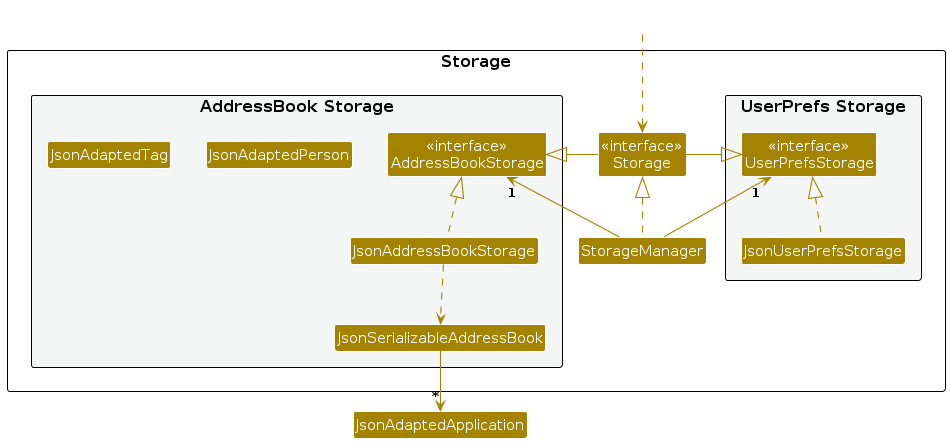
Earlier version of the PlantUML export diagrams/StorageClassDiagram.png (AY2526S2-CS2103T-W12-2/tp). Its source is kept beside it as diagrams/StorageClassDiagram.puml. Its diagram source:
```plantuml
@startuml
!include style.puml
skinparam arrowThickness 1.1
skinparam arrowColor STORAGE_COLOR
skinparam classBackgroundColor STORAGE_COLOR

package Storage as StoragePackage {

package "UserPrefs Storage" #F4F6F6{
Class "<<interface>>\nUserPrefsStorage" as UserPrefsStorage
Class JsonUserPrefsStorage
}

Class "<<interface>>\nStorage" as Storage
Class StorageManager

package "AddressBook Storage" #F4F6F6{
Class "<<interface>>\nAddressBookStorage" as AddressBookStorage
Class JsonAddressBookStorage
Class JsonSerializableAddressBook
Class JsonAdaptedPerson
Class JsonAdaptedTag
}

}

Class HiddenOutside #FFFFFF
HiddenOutside ..> Storage

StorageManager .up.|> Storage
StorageManager -up-> "1" UserPrefsStorage
StorageManager -up-> "1" AddressBookStorage

Storage -left-|> UserPrefsStorage
Storage -right-|> AddressBookStorage

JsonUserPrefsStorage .up.|> UserPrefsStorage
JsonAddressBookStorage .up.|> AddressBookStorage
JsonAddressBookStorage ..> JsonSerializableAddressBook
JsonSerializableAddressBook --> "*" JsonAdaptedApplication

@enduml
```
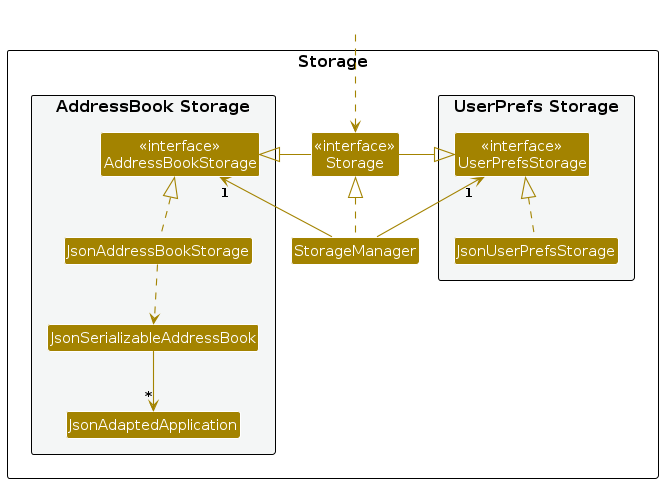
Later version of the same file.

What changed in the source:
```diff
@@ -18,8 +18,7 @@
 Class "<<interface>>\nAddressBookStorage" as AddressBookStorage
 Class JsonAddressBookStorage
 Class JsonSerializableAddressBook
-Class JsonAdaptedPerson
-Class JsonAdaptedTag
+Class JsonAdaptedApplication
 }
 
 }
```
